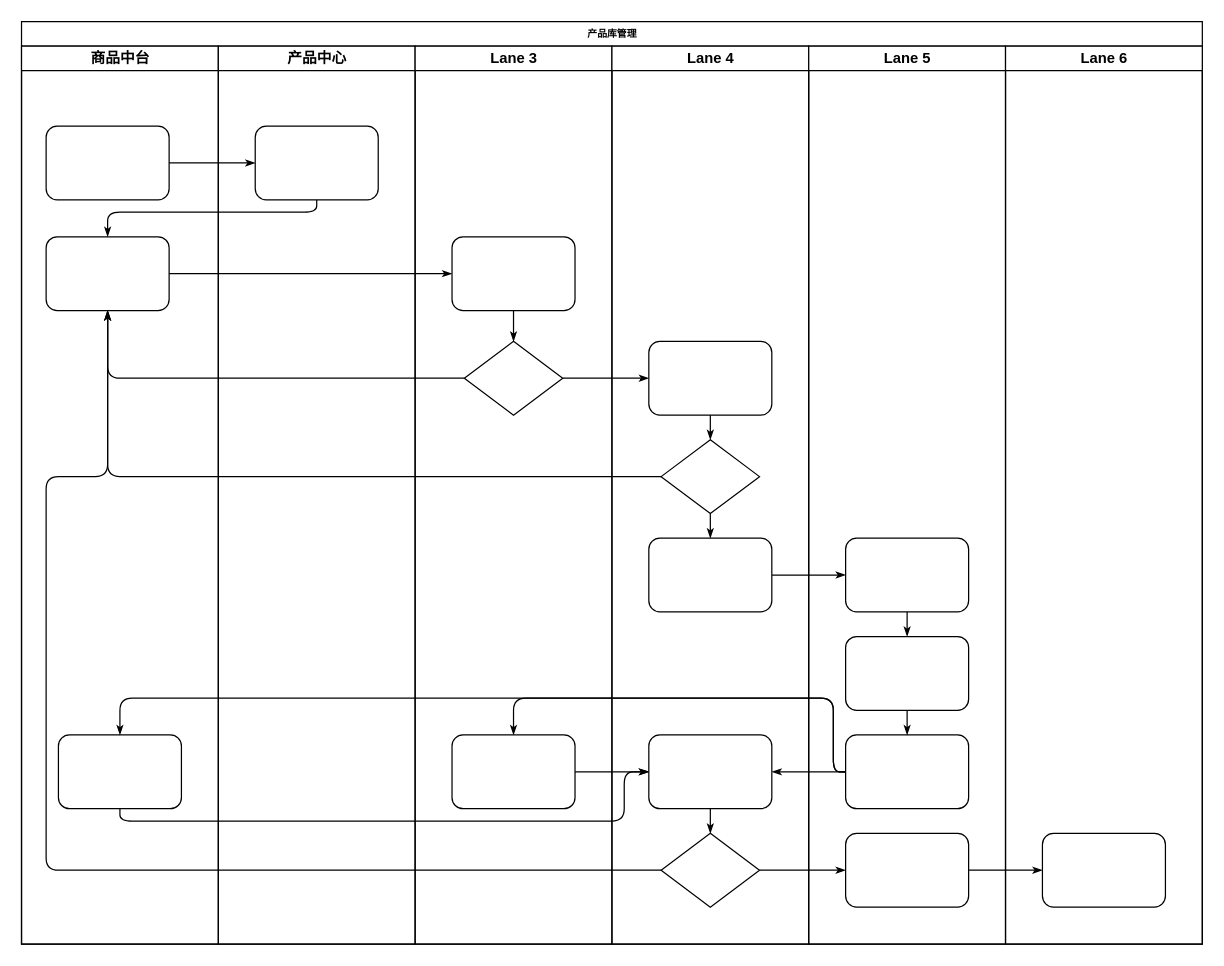
The draw.io diagram Untitled Diagram.drawio in YangEdward/Painter, before the edit. Source tidied: cells renumbered, new cells numbered last; positions are measured from the earlier drawing's top-left corner, leaving out a move shared by most shapes. Both pictures are drawn from the tidied source at 123%, with x=0, y=0 at pixel (21, 21).
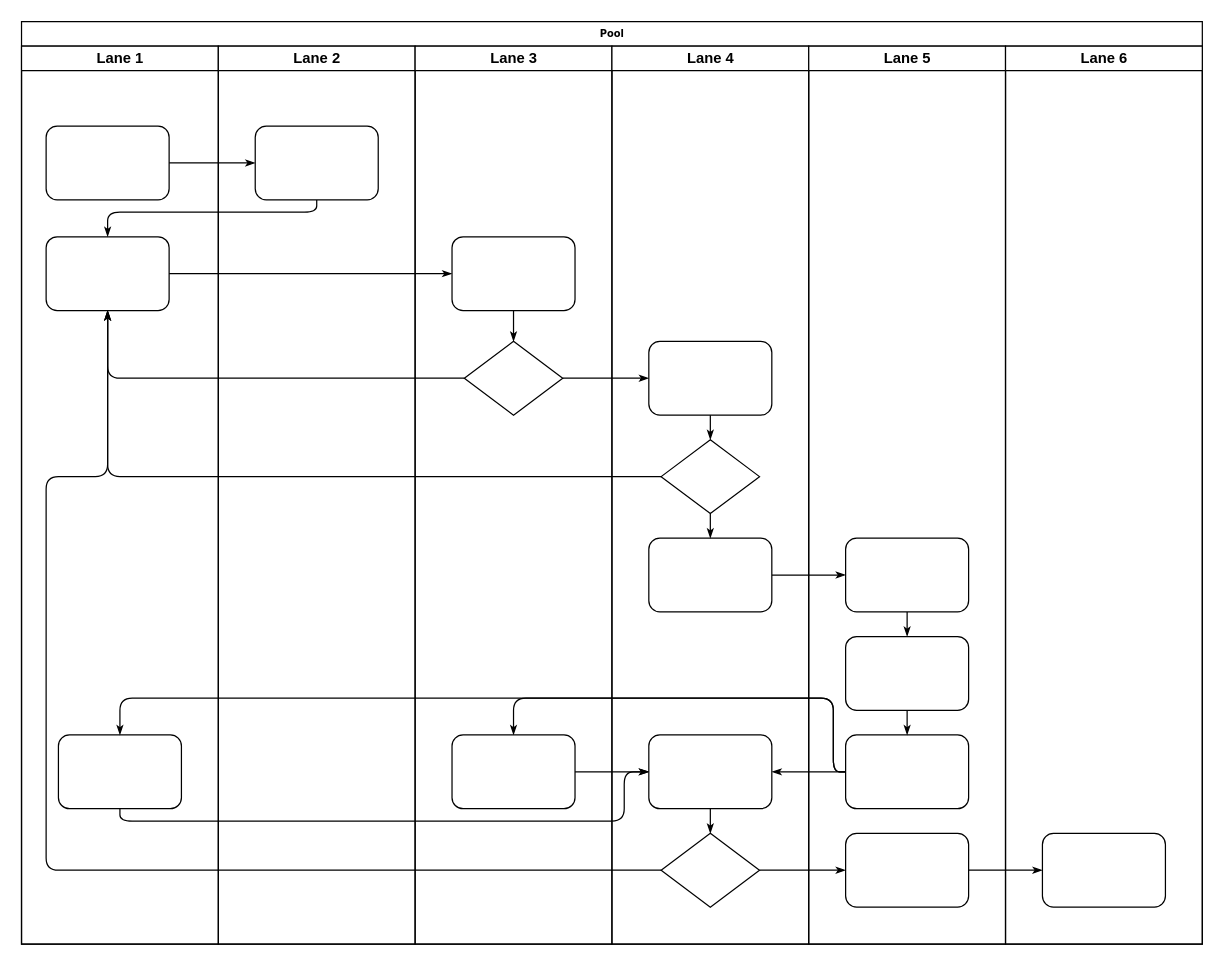
The same page after the edit.

What changed in the source:
```diff
@@
-    <mxCell id="2" value="产品库管理" style="swimlane;html=1;startSize=20;rounded=0;shadow=0;labelBackgroundColor=none;strokeWidth=1;fontFamily=Verdana;fontSize=8;align=center;" parent="1" vertex="1">
+    <mxCell id="2" value="Pool" style="swimlane;html=1;startSize=20;rounded=0;shadow=0;labelBackgroundColor=none;strokeWidth=1;fontFamily=Verdana;fontSize=8;align=center;" parent="1" vertex="1">
       <mxGeometry width="960" height="750" as="geometry" />
     </mxCell>
-    <mxCell id="3" value="商品中台" style="swimlane;html=1;startSize=20;" parent="2" vertex="1">
+    <mxCell id="3" value="Lane 1" style="swimlane;html=1;startSize=20;" parent="2" vertex="1">
       <mxGeometry y="20" width="160" height="730" as="geometry" />
     </mxCell>
@@
-    <mxCell id="22" value="产品中心" style="swimlane;html=1;startSize=20;" parent="2" vertex="1">
+    <mxCell id="22" value="Lane 2" style="swimlane;html=1;startSize=20;" parent="2" vertex="1">
       <mxGeometry x="160" y="20" width="160" height="730" as="geometry" />
     </mxCell>
```
